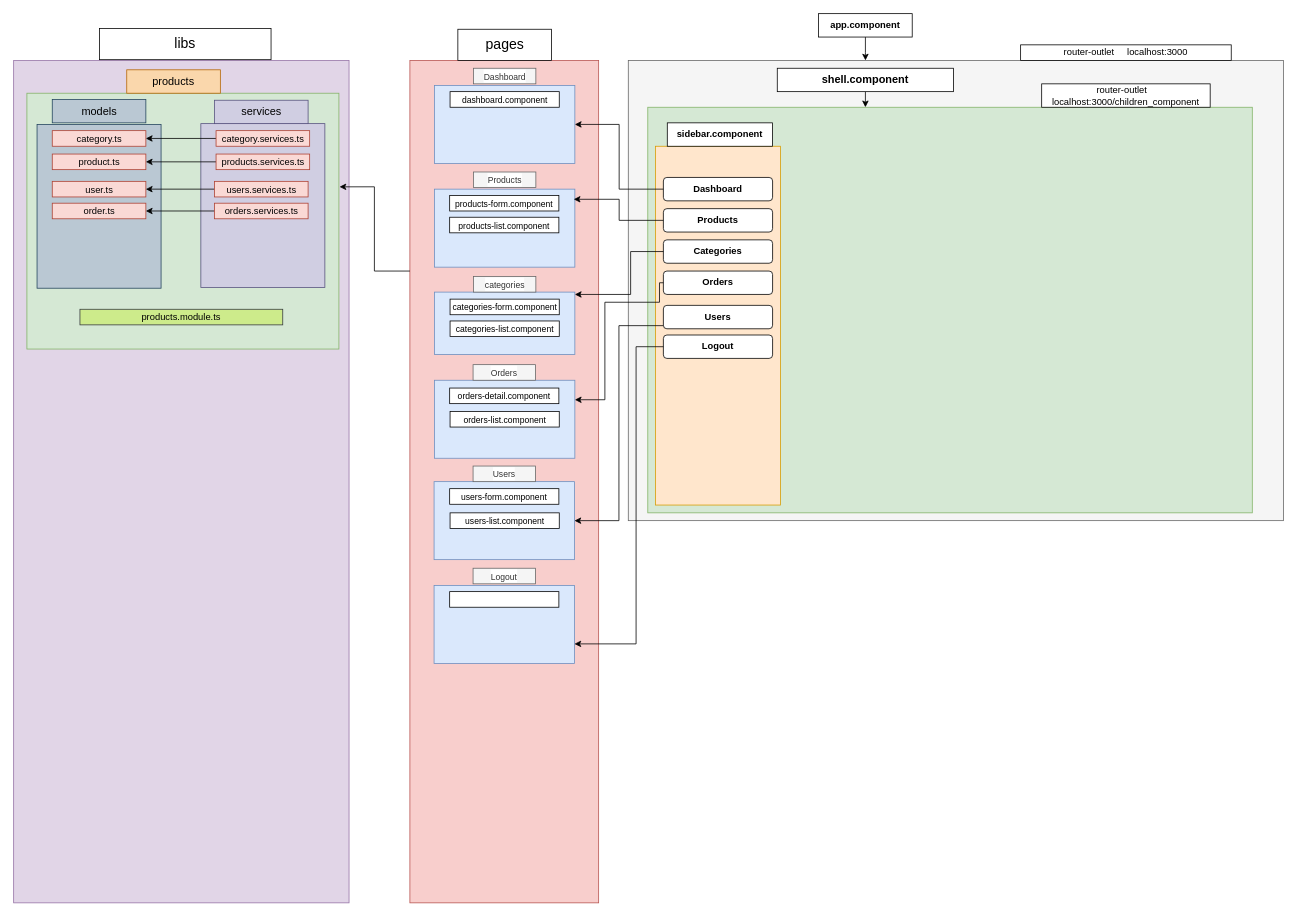
Earlier version of the draw.io diagram page "Page-3" (3 of 3) of yellowsign/yellow_sign.drawio (Binayak3666/My_Application_Drawing_Architect). Source tidied: cells renumbered, new cells numbered last; positions are measured from the earlier drawing's top-left corner, leaving out a move shared by most shapes. Both pictures are drawn from the tidied source at 78%, with x=0, y=0 at pixel (13, 13).
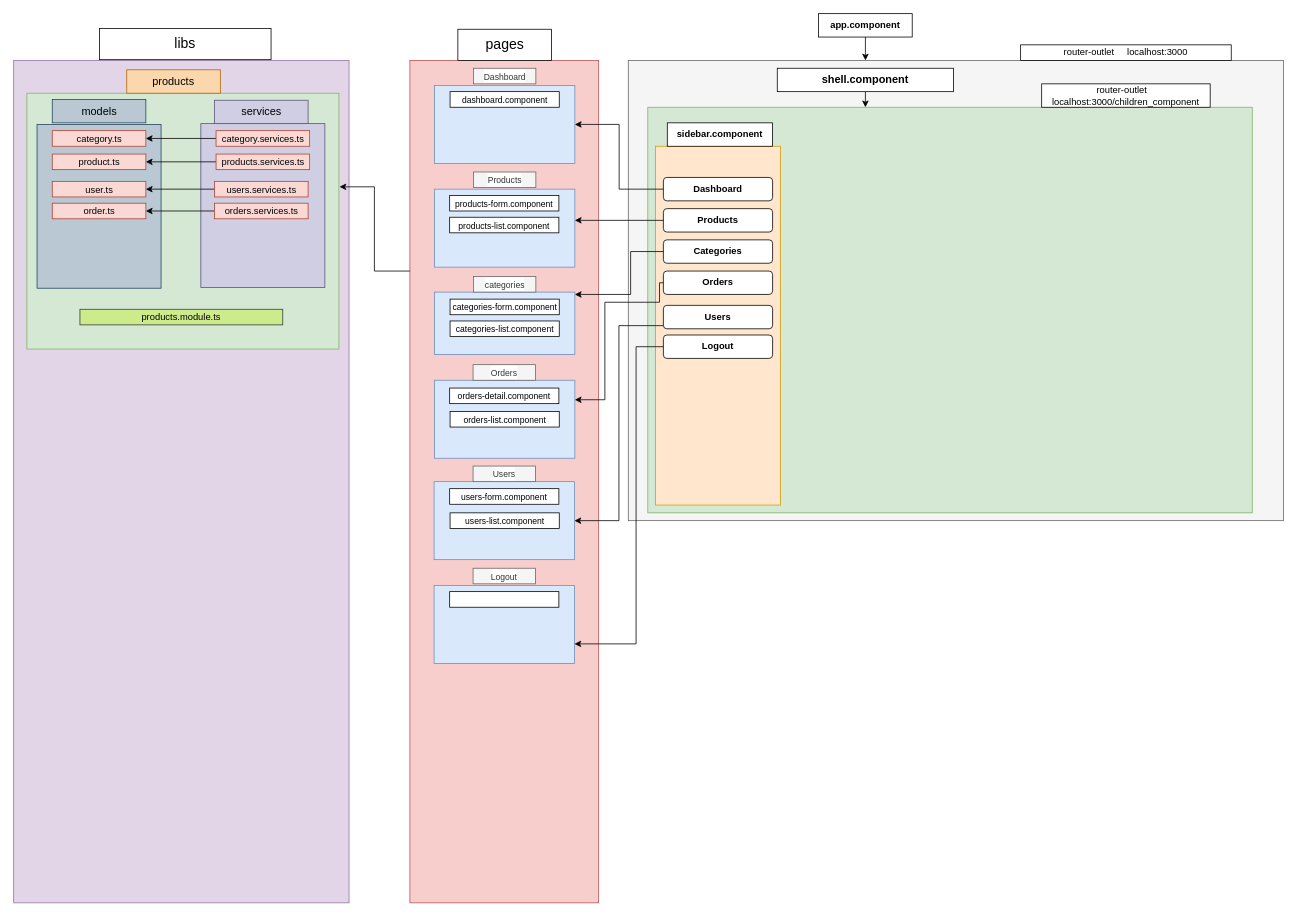
After the change.

Unchanged cells that the change refers to:
```xml
<mxCell id="10" value="&lt;b&gt;Products&lt;/b&gt;" style="rounded=1;whiteSpace=wrap;html=1;" parent="1" vertex="1">
  <mxGeometry x="833" y="250" width="140" height="30" as="geometry" />
</mxCell>
<mxCell id="28" style="rounded=0;whiteSpace=wrap;html=1;fontSize=11;fillColor=#dae8fc;strokeColor=#6c8ebf;" parent="1" vertex="1">
  <mxGeometry x="539.5" y="225" width="180" height="100" as="geometry" />
</mxCell>
```

What changed in the source:
```diff
@@
-    <mxCell id="60" style="edgeStyle=orthogonalEdgeStyle;rounded=0;jettySize=auto;html=1;entryX=0.992;entryY=0.13;entryDx=0;entryDy=0;entryPerimeter=0;" parent="1" edge="1" source="10" target="28">
-      <mxGeometry relative="1" as="geometry" />
+    <mxCell id="60" style="edgeStyle=orthogonalEdgeStyle;rounded=0;jettySize=auto;html=1;" parent="1" edge="1" source="10" target="28">
+      <mxGeometry relative="1" as="geometry">
+        <Array as="points">
+          <mxPoint x="748" y="265" />
+          <mxPoint x="748" y="265" />
+        </Array>
+      </mxGeometry>
     </mxCell>
```
